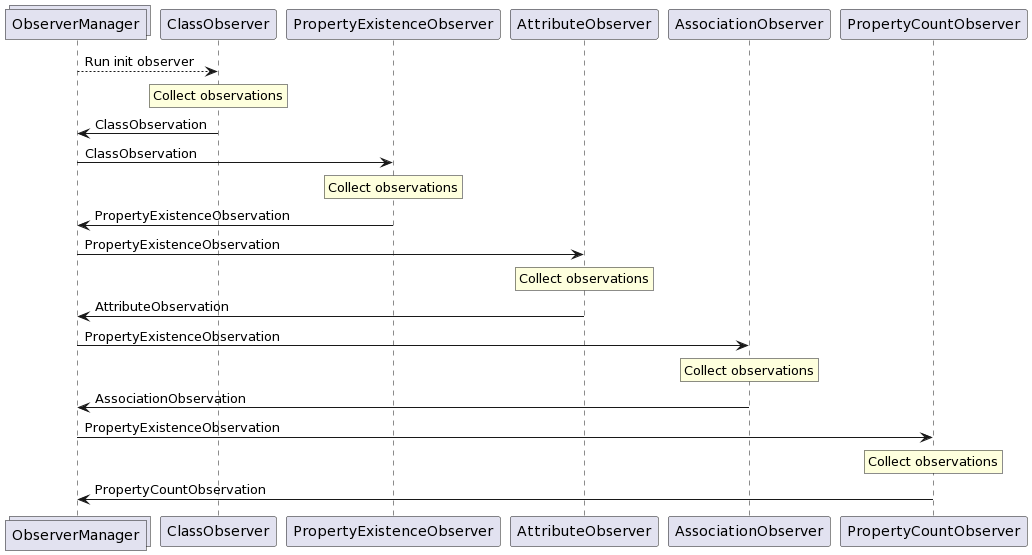
The PlantUML diagram docs/img/observers_diagram.png in mff-uk/sparqless, before a commit.
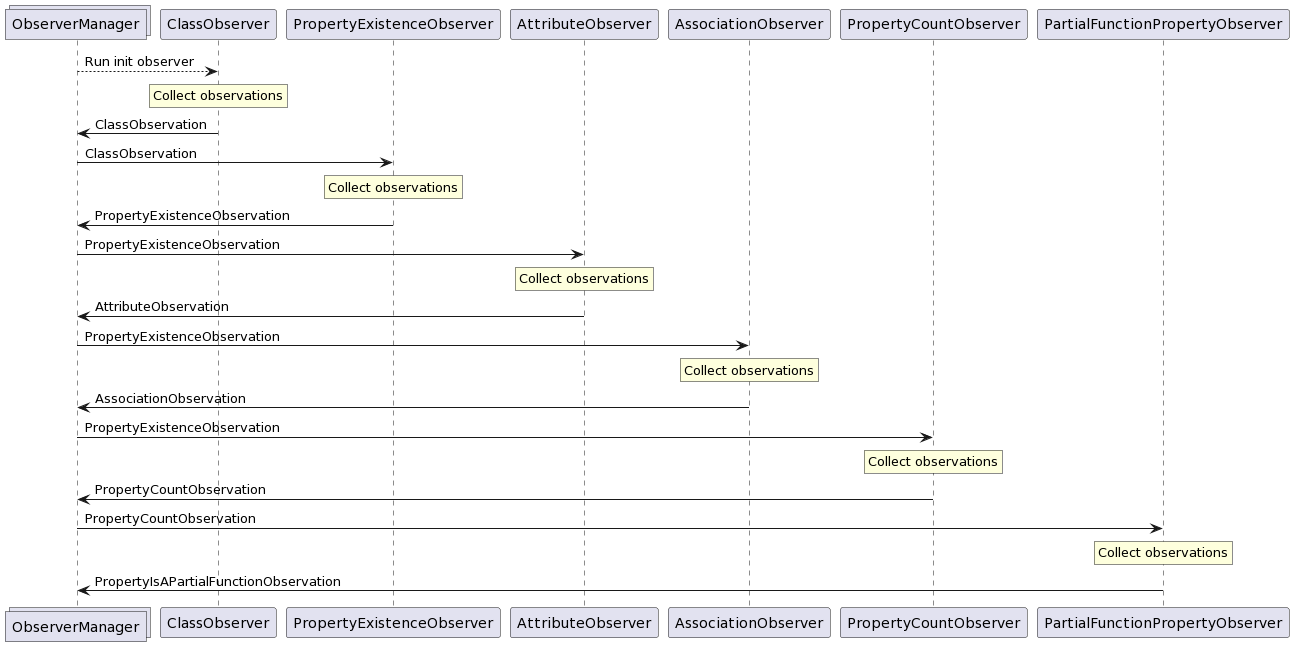
Later version of the same file.

The edit, as a diff of the source:
```diff
@@ -45,4 +45,12 @@
 endrnote
 
 ObserverManager <- PropertyCountObserver: PropertyCountObservation
+
+ObserverManager -> PartialFunctionPropertyObserver: PropertyCountObservation
+
+rnote over PartialFunctionPropertyObserver
+  Collect observations
+endrnote
+
+ObserverManager <- PartialFunctionPropertyObserver: PropertyIsAPartialFunctionObservation
 @enduml
```
